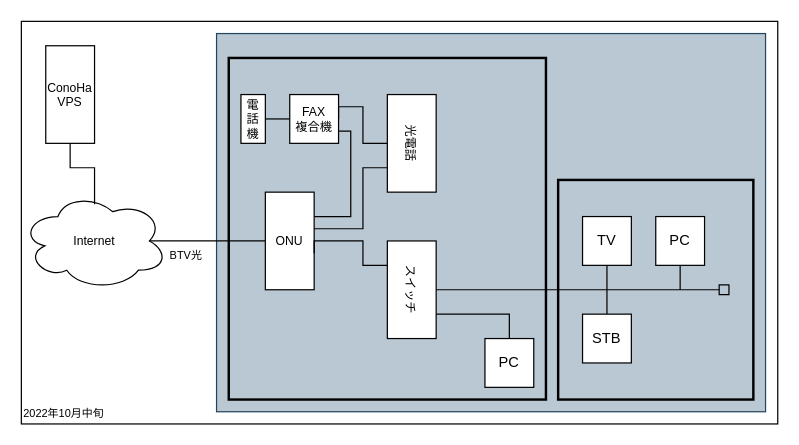
ayato23xx/Network_Diagram keeps this draw.io diagram as 20221015.drawio. Above is the earlier version. Source tidied: cells renumbered, new cells numbered last; positions are measured from the earlier drawing's top-left corner, leaving out a move shared by most shapes. Both pictures are drawn from the tidied source at 122%, with x=0, y=0 at pixel (21, 21).
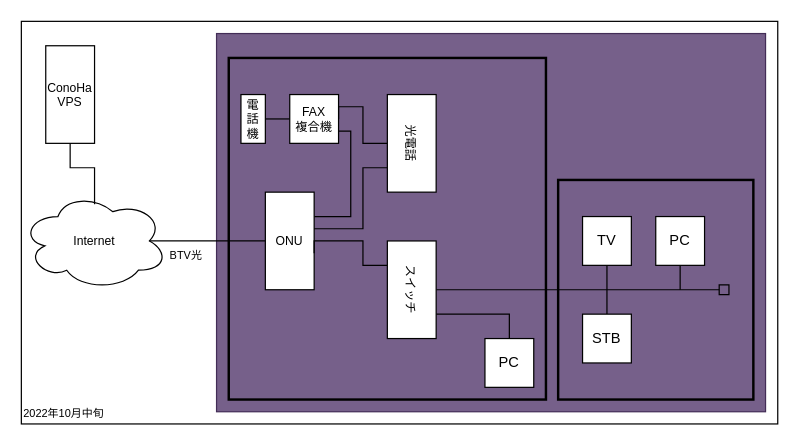
The same diagram, later.

Commit message (it also covers changes not shown here):
2022年10月中旬のネットワーク構成図（修正）

Diff of the diagram source:
```diff
@@
-    <mxCell id="3" style="rounded=0;whiteSpace=wrap;html=1;fillColor=#bac8d3;strokeColor=#23445d;" parent="1" vertex="1">
+    <mxCell id="3" style="rounded=0;whiteSpace=wrap;html=1;fillColor=#76608a;strokeColor=#432D57;fontColor=#ffffff;" parent="1" vertex="1">
       <mxGeometry x="160" y="10" width="450" height="310" as="geometry" />
     </mxCell>
```
